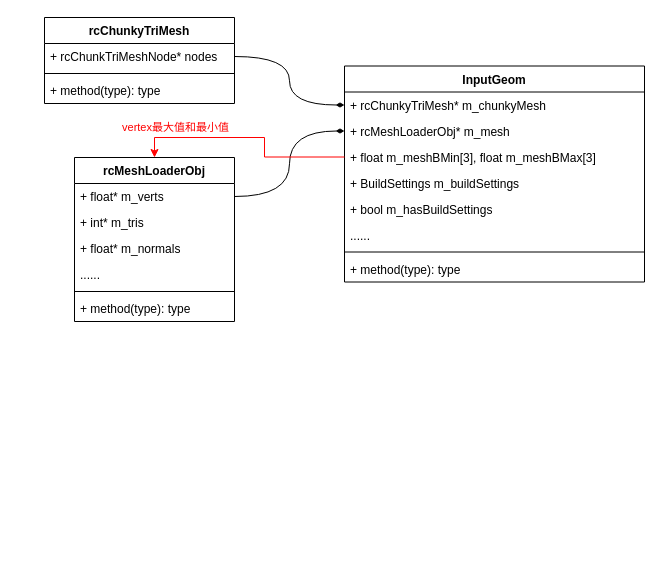
Earlier version of the draw.io diagram RecastNavigation/InputGeom.drawio (Manistein/Photos). Source tidied: cells renumbered, new cells numbered last; positions are measured from the earlier drawing's top-left corner, leaving out a move shared by most shapes. Both pictures are drawn from the tidied source at 100%, with x=0, y=0 at pixel (44, 17).
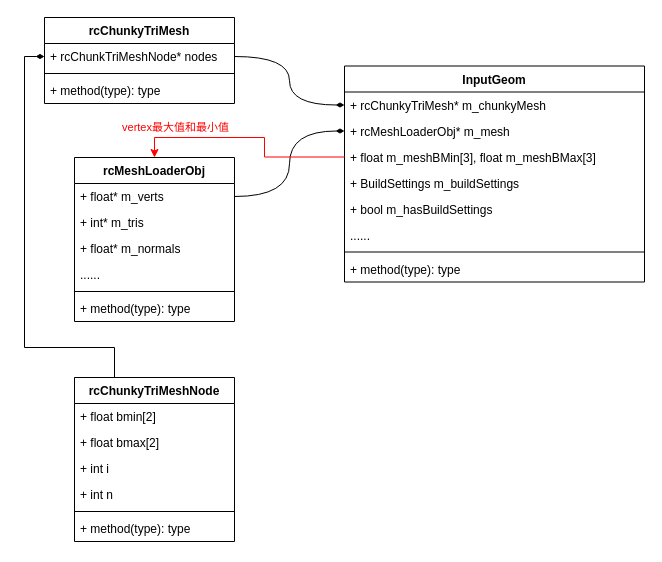
Above is the later version.

The change refers to these unchanged cells:
```xml
<mxCell id="20" value="+ rcChunkTriMeshNode* nodes" style="text;strokeColor=none;fillColor=none;align=left;verticalAlign=top;spacingLeft=4;spacingRight=4;overflow=hidden;points=[[0,0.5],[1,0.5]];portConstraint=eastwest;whiteSpace=wrap;html=1;" parent="19" vertex="1">
  <mxGeometry y="26" width="190" height="26" as="geometry" />
</mxCell>
```

The edit, as a diff of the source:
```diff
@@
+    <mxCell id="25" style="edgeStyle=orthogonalEdgeStyle;rounded=0;jettySize=auto;html=1;exitX=0.25;exitY=0;exitDx=0;exitDy=0;entryX=0;entryY=0.5;entryDx=0;entryDy=0;endArrow=diamondThin;endFill=1;" parent="1" edge="1" source="26" target="20">
+      <mxGeometry relative="1" as="geometry">
+        <Array as="points">
+          <mxPoint x="70" y="330" />
+          <mxPoint x="-20" y="330" />
+          <mxPoint x="-20" y="39" />
+        </Array>
+      </mxGeometry>
+    </mxCell>
+    <mxCell id="26" value="rcChunkyTriMeshNode" style="swimlane;fontStyle=1;align=center;verticalAlign=top;horizontal=1;startSize=26;whiteSpace=wrap;html=1;" parent="1" vertex="1">
+      <mxGeometry x="30" y="360" width="160" height="164" as="geometry" />
+    </mxCell>
+    <mxCell id="27" value="+ float bmin[2]" style="text;strokeColor=none;fillColor=none;align=left;verticalAlign=top;spacingLeft=4;spacingRight=4;overflow=hidden;whiteSpace=wrap;html=1;" parent="26" vertex="1">
+      <mxGeometry y="26" width="160" height="26" as="geometry" />
+    </mxCell>
+    <mxCell id="28" value="+ float bmax[2]" style="text;strokeColor=none;fillColor=none;align=left;verticalAlign=top;spacingLeft=4;spacingRight=4;overflow=hidden;whiteSpace=wrap;html=1;" parent="26" vertex="1">
+      <mxGeometry y="52" width="160" height="26" as="geometry" />
+    </mxCell>
+    <mxCell id="29" value="+ int i" style="text;strokeColor=none;fillColor=none;align=left;verticalAlign=top;spacingLeft=4;spacingRight=4;overflow=hidden;whiteSpace=wrap;html=1;" parent="26" vertex="1">
+      <mxGeometry y="78" width="160" height="26" as="geometry" />
+    </mxCell>
+    <mxCell id="30" value="+ int n" style="text;strokeColor=none;fillColor=none;align=left;verticalAlign=top;spacingLeft=4;spacingRight=4;overflow=hidden;whiteSpace=wrap;html=1;" parent="26" vertex="1">
+      <mxGeometry y="104" width="160" height="26" as="geometry" />
+    </mxCell>
+    <mxCell id="31" style="line;strokeWidth=1;fillColor=none;align=left;verticalAlign=middle;spacingTop=-1;spacingLeft=3;spacingRight=3;labelPosition=right;strokeColor=inherit;" parent="26" vertex="1">
+      <mxGeometry y="130" width="160" height="8" as="geometry" />
+    </mxCell>
+    <mxCell id="32" value="+ method(type): type" style="text;strokeColor=none;fillColor=none;align=left;verticalAlign=top;spacingLeft=4;spacingRight=4;overflow=hidden;whiteSpace=wrap;html=1;" parent="26" vertex="1">
+      <mxGeometry y="138" width="160" height="26" as="geometry" />
+    </mxCell>
```
